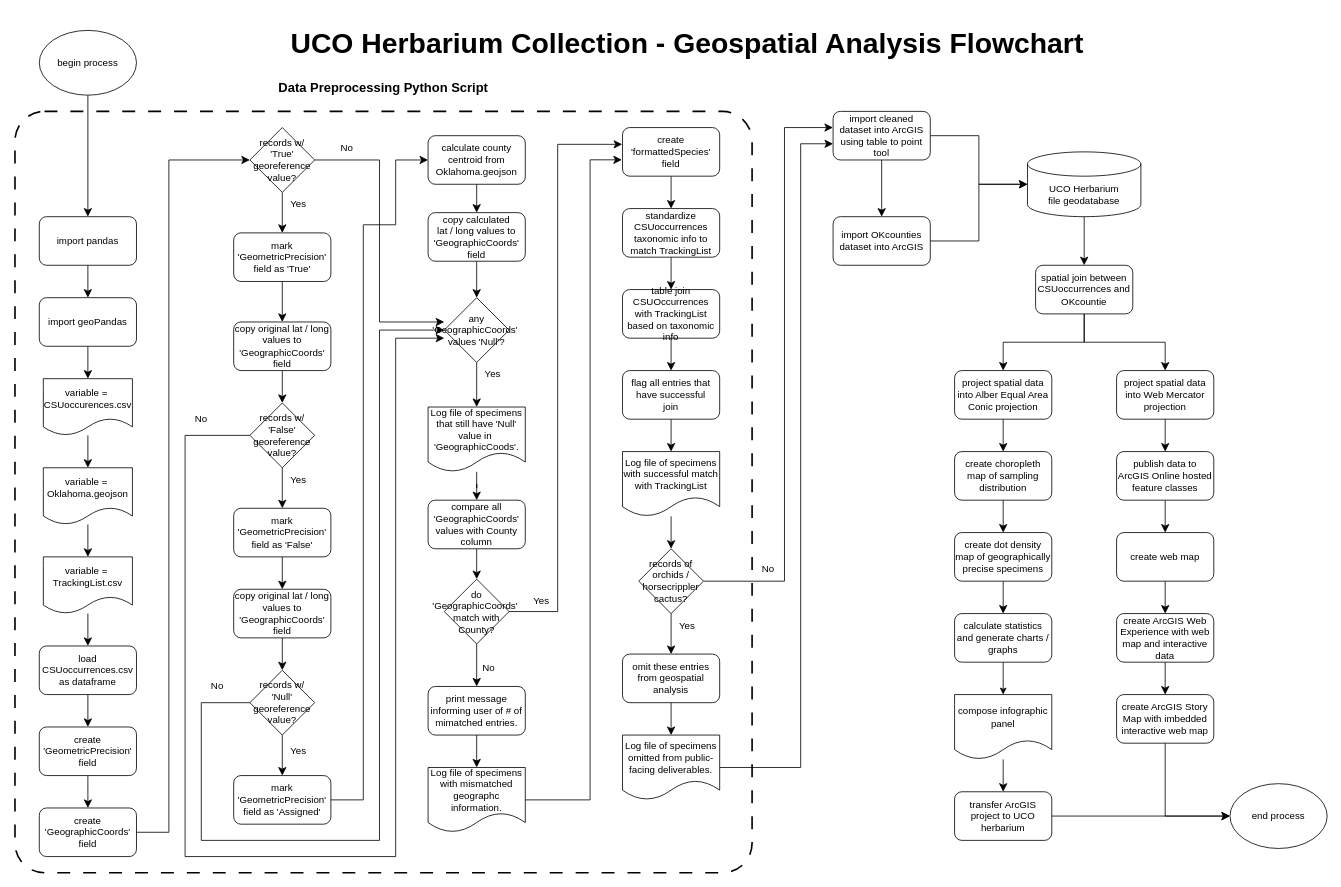
Mwright710788/CapstoneFiles keeps this draw.io diagram as docs/wrightCapstoneFlowchart.drawio. Above is the earlier version. Source tidied: cells renumbered, new cells numbered last; positions are measured from the earlier drawing's top-left corner, leaving out a move shared by most shapes. Both pictures are drawn from the tidied source at 81%, with x=0, y=0 at pixel (15, 14).
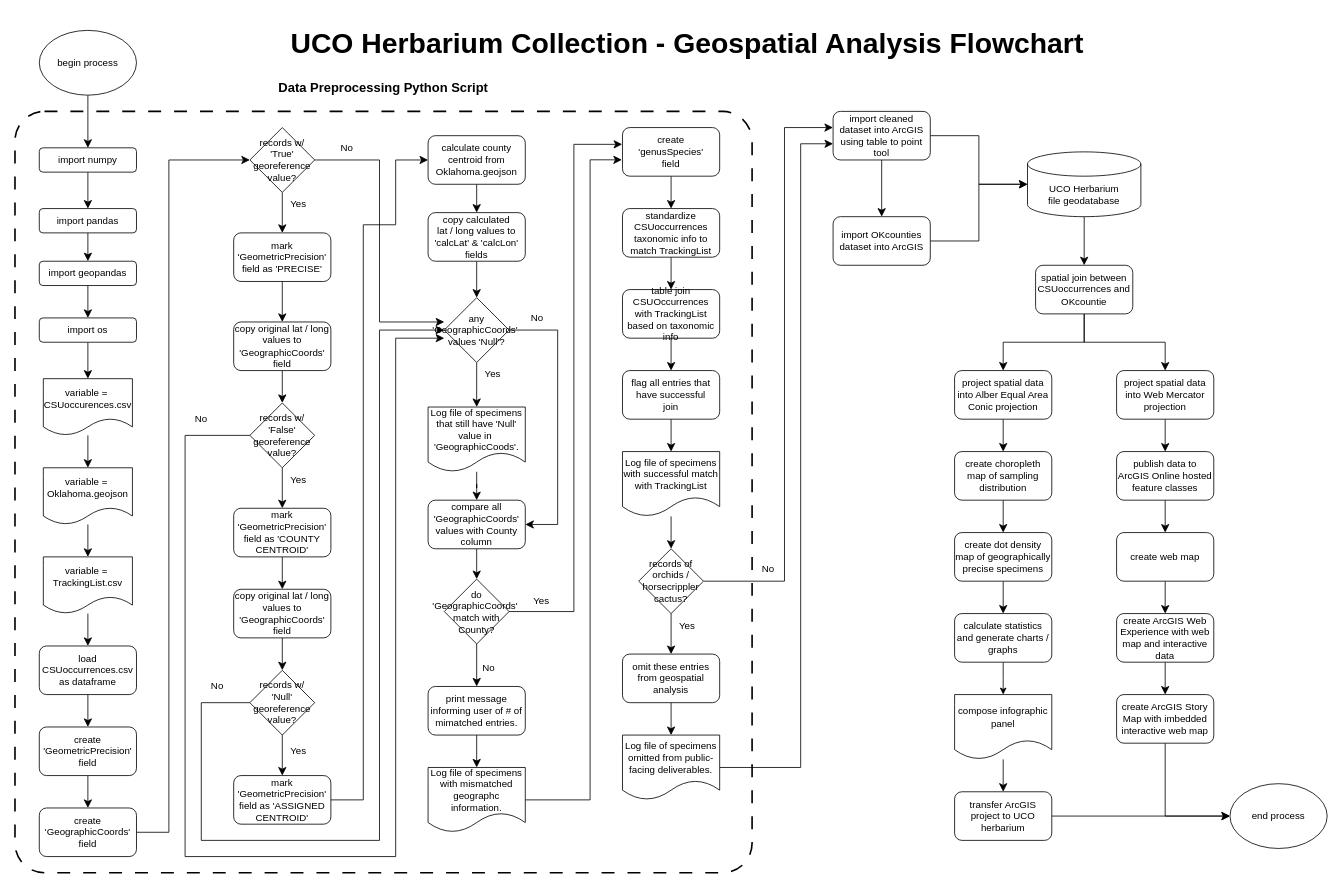
Above is the later version.

The change refers to these unchanged cells:
```xml
<mxCell id="43" value="compare all 'GeographicCoords' values with County column" style="rounded=1;whiteSpace=wrap;html=1;" parent="1" vertex="1">
  <mxGeometry x="510" y="600" width="120" height="60" as="geometry" />
</mxCell>
<mxCell id="46" value="do 'GeographicCoords'&amp;nbsp;&lt;div&gt;match with&lt;/div&gt;&lt;div&gt;County?&lt;/div&gt;" style="rhombus;whiteSpace=wrap;html=1;" parent="1" vertex="1">
  <mxGeometry x="530" y="697.5" width="80" height="80" as="geometry" />
</mxCell>
<mxCell id="80" value="any 'GeographicCoords'&amp;nbsp;&lt;div&gt;values 'Null'?&lt;/div&gt;" style="rhombus;whiteSpace=wrap;html=1;" parent="1" vertex="1">
  <mxGeometry x="530" y="350" width="80" height="80" as="geometry" />
</mxCell>
```

What changed in the source:
```diff
@@
-    <mxCell id="7" style="edgeStyle=orthogonalEdgeStyle;rounded=0;jettySize=auto;html=1;exitX=0.5;exitY=1;exitDx=0;exitDy=0;entryX=0.5;entryY=0;entryDx=0;entryDy=0;endSize=8;startSize=8;" parent="1" edge="1" source="8" target="10">
-      <mxGeometry relative="1" as="geometry" />
-    </mxCell>
+    <mxCell id="120" style="edgeStyle=orthogonalEdgeStyle;rounded=0;jettySize=auto;html=1;exitX=0.5;exitY=1;exitDx=0;exitDy=0;entryX=0.5;entryY=0;entryDx=0;entryDy=0;endSize=8;" parent="1" edge="1" source="8" target="123">
+      <mxGeometry relative="1" as="geometry" />
+    </mxCell>
-    <mxCell id="8" value="import pandas" style="rounded=1;whiteSpace=wrap;html=1;" parent="1" vertex="1">
-      <mxGeometry x="30" y="250" width="120" height="60" as="geometry" />
+    <mxCell id="8" value="import numpy" style="rounded=1;whiteSpace=wrap;html=1;" parent="1" vertex="1">
+      <mxGeometry x="30" y="165" width="120" height="30" as="geometry" />
     </mxCell>
@@
-    <mxCell id="10" value="import geoPandas" style="rounded=1;whiteSpace=wrap;html=1;" parent="1" vertex="1">
-      <mxGeometry x="30" y="350" width="120" height="60" as="geometry" />
+    <mxCell id="10" value="import os" style="rounded=1;whiteSpace=wrap;html=1;" parent="1" vertex="1">
+      <mxGeometry x="30" y="375" width="120" height="30" as="geometry" />
     </mxCell>
@@
-    <mxCell id="17" value="mark 'GeometricPrecision'&lt;div&gt;field as 'True'&lt;/div&gt;" style="rounded=1;whiteSpace=wrap;html=1;" parent="1" vertex="1">
+    <mxCell id="17" value="mark 'GeometricPrecision'&lt;div&gt;field as 'PRECISE'&lt;/div&gt;" style="rounded=1;whiteSpace=wrap;html=1;" parent="1" vertex="1">
       <mxGeometry x="270" y="270" width="120" height="60" as="geometry" />
     </mxCell>
@@
-    <mxCell id="33" value="mark 'GeometricPrecision'&lt;div&gt;field as 'False'&lt;/div&gt;" style="rounded=1;whiteSpace=wrap;html=1;" parent="1" vertex="1">
+    <mxCell id="33" value="mark 'GeometricPrecision'&lt;div&gt;field as 'COUNTY CENTROID'&lt;/div&gt;" style="rounded=1;whiteSpace=wrap;html=1;" parent="1" vertex="1">
       <mxGeometry x="270" y="610" width="120" height="60" as="geometry" />
     </mxCell>
@@
-    <mxCell id="41" value="copy calculated&lt;div&gt;lat / long &lt;span style=&quot;background-color: transparent; color: light-dark(rgb(0, 0, 0), rgb(255, 255, 255));&quot;&gt;values to&lt;/span&gt;&lt;div&gt;'GeographicCoords'&lt;/div&gt;&lt;div&gt;field&lt;/div&gt;&lt;/div&gt;" style="rounded=1;whiteSpace=wrap;html=1;" parent="1" vertex="1">
+    <mxCell id="41" value="copy calculated&lt;div&gt;lat / long &lt;span style=&quot;background-color: transparent; color: light-dark(rgb(0, 0, 0), rgb(255, 255, 255));&quot;&gt;values to&lt;/span&gt;&lt;div&gt;'calcLat' &amp;amp; 'calcLon'&lt;/div&gt;&lt;div&gt;fields&lt;/div&gt;&lt;/div&gt;" style="rounded=1;whiteSpace=wrap;html=1;" parent="1" vertex="1">
       <mxGeometry x="510" y="245" width="120" height="60" as="geometry" />
     </mxCell>
@@
     <mxCell id="45" style="edgeStyle=orthogonalEdgeStyle;rounded=0;jettySize=auto;html=1;exitX=1;exitY=0.5;exitDx=0;exitDy=0;entryX=-0.003;entryY=0.345;entryDx=0;entryDy=0;entryPerimeter=0;startSize=8;endSize=8;" parent="1" edge="1" source="46" target="54">
       <mxGeometry relative="1" as="geometry">
         <Array as="points">
-          <mxPoint x="670" y="738" />
-          <mxPoint x="670" y="160" />
+          <mxPoint x="690" y="737" />
+          <mxPoint x="690" y="160" />
           <mxPoint x="750" y="160" />
         </Array>
       </mxGeometry>
     </mxCell>
@@
-    <mxCell id="54" value="create&lt;div&gt;'formattedSpecies'&lt;/div&gt;&lt;div&gt;field&lt;/div&gt;" style="rounded=1;whiteSpace=wrap;html=1;" parent="1" vertex="1">
+    <mxCell id="54" value="create&lt;div&gt;'genusSpecies'&lt;/div&gt;&lt;div&gt;field&lt;/div&gt;" style="rounded=1;whiteSpace=wrap;html=1;" parent="1" vertex="1">
       <mxGeometry x="750" y="140" width="120" height="60" as="geometry" />
     </mxCell>
@@
-    <mxCell id="76" value="mark 'GeometricPrecision'&lt;div&gt;field as 'Assigned'&lt;/div&gt;" style="rounded=1;whiteSpace=wrap;html=1;" parent="1" vertex="1">
+    <mxCell id="76" value="mark 'GeometricPrecision'&lt;div&gt;field as 'ASSIGNED CENTROID'&lt;/div&gt;" style="rounded=1;whiteSpace=wrap;html=1;" parent="1" vertex="1">
       <mxGeometry x="270" y="940" width="120" height="60" as="geometry" />
     </mxCell>
@@
+    <mxCell id="121" style="edgeStyle=orthogonalEdgeStyle;rounded=0;jettySize=auto;html=1;exitX=1;exitY=0.5;exitDx=0;exitDy=0;entryX=1;entryY=0.5;entryDx=0;entryDy=0;endSize=8;" parent="1" edge="1" source="80" target="43">
+      <mxGeometry relative="1" as="geometry">
+        <Array as="points">
+          <mxPoint x="670" y="390" />
+          <mxPoint x="670" y="630" />
+        </Array>
+      </mxGeometry>
+    </mxCell>
@@
+    <mxCell id="122" style="edgeStyle=orthogonalEdgeStyle;rounded=0;jettySize=auto;html=1;exitX=0.5;exitY=1;exitDx=0;exitDy=0;entryX=0.5;entryY=0;entryDx=0;entryDy=0;endSize=8;" parent="1" edge="1" source="123" target="125">
+      <mxGeometry relative="1" as="geometry" />
+    </mxCell>
+    <mxCell id="123" value="import pandas" style="rounded=1;whiteSpace=wrap;html=1;" parent="1" vertex="1">
+      <mxGeometry x="30" y="240" width="120" height="30" as="geometry" />
+    </mxCell>
+    <mxCell id="124" style="edgeStyle=orthogonalEdgeStyle;rounded=0;jettySize=auto;html=1;exitX=0.5;exitY=1;exitDx=0;exitDy=0;entryX=0.5;entryY=0;entryDx=0;entryDy=0;endSize=8;" parent="1" edge="1" source="125" target="10">
+      <mxGeometry relative="1" as="geometry" />
+    </mxCell>
+    <mxCell id="125" value="import geopandas" style="rounded=1;whiteSpace=wrap;html=1;" parent="1" vertex="1">
+      <mxGeometry x="30" y="305" width="120" height="30" as="geometry" />
+    </mxCell>
+    <mxCell id="126" value="No" style="text;html=1;whiteSpace=wrap;strokeColor=none;fillColor=none;align=center;verticalAlign=middle;rounded=0;" parent="1" vertex="1">
+      <mxGeometry x="615" y="360" width="60" height="30" as="geometry" />
+    </mxCell>
```
